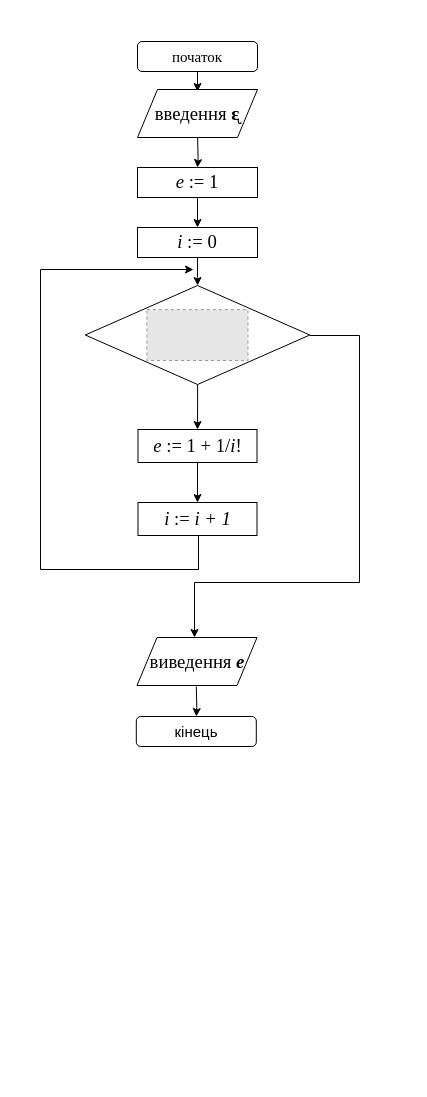
Above: Лабораторна 3/1234 (2).drawio in muzy4ukV/ACD (draw.io), before the change. Source tidied: cells renumbered, new cells numbered last; positions are measured from the earlier drawing's top-left corner, leaving out a move shared by most shapes. Both pictures are drawn from the tidied source at 100%, with x=0, y=0 at pixel (40, 41). Pictures stored in the file or linked from it are replaced by grey dashed boxes.
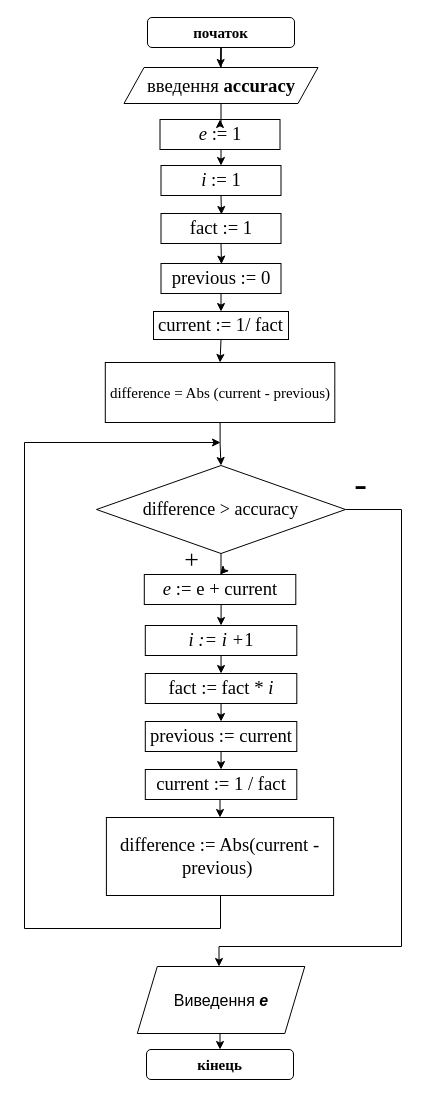
After the change.

What changed in the source:
```diff
@@
-    <mxCell id="2" style="edgeStyle=orthogonalEdgeStyle;rounded=0;orthogonalLoop=1;jettySize=auto;html=1;fontSize=15;" parent="1" edge="1">
-      <mxGeometry relative="1" as="geometry">
-        <mxPoint x="157" y="30" as="sourcePoint" />
-        <mxPoint x="157" y="50" as="targetPoint" />
-        <Array as="points">
-          <mxPoint x="157" y="50" />
-          <mxPoint x="157" y="50" />
-        </Array>
-      </mxGeometry>
-    </mxCell>
+    <mxCell id="21" style="edgeStyle=orthogonalEdgeStyle;rounded=0;jettySize=auto;html=1;fontSize=14;" parent="1" edge="1" source="3">
+      <mxGeometry relative="1" as="geometry">
+        <mxPoint x="180" y="26" as="targetPoint" />
+      </mxGeometry>
+    </mxCell>
-    <mxCell id="3" value="&lt;font style=&quot;font-size: 15px&quot; face=&quot;Times New Roman&quot;&gt;початок&lt;/font&gt;" style="rounded=1;whiteSpace=wrap;html=1;fontSize=15;" parent="1" vertex="1">
-      <mxGeometry x="97" width="120" height="30" as="geometry" />
+    <mxCell id="3" value="&lt;font style=&quot;font-size: 15px&quot; face=&quot;Times New Roman&quot;&gt;&lt;b&gt;початок&lt;/b&gt;&lt;/font&gt;" style="rounded=1;whiteSpace=wrap;html=1;fontSize=15;" parent="1" vertex="1">
+      <mxGeometry x="107" y="-24" width="147" height="30" as="geometry" />
     </mxCell>
-    <mxCell id="4" style="edgeStyle=orthogonalEdgeStyle;rounded=0;jettySize=auto;html=1;fontSize=15;" parent="1" edge="1" target="6">
-      <mxGeometry relative="1" as="geometry">
-        <mxPoint x="157.1" y="96" as="sourcePoint" />
-      </mxGeometry>
-    </mxCell>
-    <mxCell id="5" style="edgeStyle=orthogonalEdgeStyle;rounded=0;jettySize=auto;html=1;fontFamily=Times New Roman;fontSize=15;" parent="1" edge="1" source="6" target="10">
-      <mxGeometry relative="1" as="geometry" />
-    </mxCell>
+    <mxCell id="22" style="edgeStyle=orthogonalEdgeStyle;rounded=0;jettySize=auto;html=1;exitX=0.5;exitY=1;exitDx=0;exitDy=0;entryX=0.5;entryY=0;entryDx=0;entryDy=0;fontFamily=Times New Roman;fontSize=18;" parent="1" edge="1" target="8">
+      <mxGeometry relative="1" as="geometry">
+        <mxPoint x="178.5" y="985" as="sourcePoint" />
+      </mxGeometry>
+    </mxCell>
+    <mxCell id="8" value="&lt;font style=&quot;font-size: 15px&quot; face=&quot;Times New Roman&quot;&gt;&lt;b&gt;кінець&lt;/b&gt;&lt;/font&gt;" style="rounded=1;whiteSpace=wrap;html=1;fontSize=15;" parent="1" vertex="1">
+      <mxGeometry x="106" y="1008" width="147" height="30" as="geometry" />
+    </mxCell>
+    <mxCell id="23" style="edgeStyle=orthogonalEdgeStyle;rounded=0;jettySize=auto;html=1;exitX=0.5;exitY=1;exitDx=0;exitDy=0;entryX=0.5;entryY=0;entryDx=0;entryDy=0;fontSize=16;" parent="1" edge="1" source="6" target="25">
+      <mxGeometry relative="1" as="geometry" />
+    </mxCell>
     <mxCell id="6" value="&lt;font face=&quot;times new roman, serif&quot;&gt;&lt;span style=&quot;font-size: 18.6667px&quot;&gt;&lt;i&gt;е &lt;/i&gt;:= 1&lt;/span&gt;&lt;/font&gt;" style="rounded=0;whiteSpace=wrap;html=1;fontSize=15;" parent="1" vertex="1">
-      <mxGeometry x="97" y="126" width="120" height="30" as="geometry" />
+      <mxGeometry x="119.5" y="78" width="120" height="30" as="geometry" />
     </mxCell>
-    <mxCell id="7" style="edgeStyle=orthogonalEdgeStyle;rounded=0;jettySize=auto;html=1;fontSize=15;" parent="1" edge="1" target="8">
-      <mxGeometry relative="1" as="geometry">
-        <mxPoint x="155.8" y="645" as="sourcePoint" />
-      </mxGeometry>
-    </mxCell>
-    <mxCell id="8" value="&lt;font style=&quot;font-size: 15px&quot;&gt;кінець&lt;/font&gt;" style="rounded=1;whiteSpace=wrap;html=1;" parent="1" vertex="1">
-      <mxGeometry x="95.8" y="675" width="120" height="30" as="geometry" />
-    </mxCell>
-    <mxCell id="9" style="edgeStyle=orthogonalEdgeStyle;rounded=0;jettySize=auto;html=1;fontFamily=Times New Roman;fontSize=15;" parent="1" edge="1" source="10" target="14">
-      <mxGeometry relative="1" as="geometry" />
-    </mxCell>
-    <mxCell id="10" value="&lt;font face=&quot;times new roman, serif&quot;&gt;&lt;span style=&quot;font-size: 18.6667px&quot;&gt;&lt;i&gt;i&amp;nbsp;&lt;/i&gt;:= 0&lt;/span&gt;&lt;/font&gt;" style="rounded=0;whiteSpace=wrap;html=1;fontSize=15;" parent="1" vertex="1">
-      <mxGeometry x="97" y="186" width="120" height="30" as="geometry" />
-    </mxCell>
-    <mxCell id="11" value="&lt;span lang=&quot;UK&quot; style=&quot;font-size: 14.0pt ; line-height: 115% ; font-family: &amp;#34;times new roman&amp;#34; , serif&quot;&gt;введення&lt;b&gt; ᶓ&lt;/b&gt;&lt;/span&gt;" style="shape=parallelogram;perimeter=parallelogramPerimeter;whiteSpace=wrap;html=1;fixedSize=1;fontFamily=Times New Roman;fontSize=15;" parent="1" vertex="1">
-      <mxGeometry x="97" y="48" width="120" height="48" as="geometry" />
-    </mxCell>
-    <mxCell id="12" value="&lt;span lang=&quot;UK&quot; style=&quot;font-size: 14.0pt ; line-height: 115% ; font-family: &amp;#34;times new roman&amp;#34; , serif&quot;&gt;виведення &lt;b&gt;&lt;i&gt;е&lt;/i&gt;&lt;/b&gt;&lt;/span&gt;" style="shape=parallelogram;perimeter=parallelogramPerimeter;whiteSpace=wrap;html=1;fixedSize=1;fontFamily=Times New Roman;fontSize=15;" parent="1" vertex="1">
-      <mxGeometry x="96.5" y="596" width="120" height="48" as="geometry" />
-    </mxCell>
-    <mxCell id="13" style="edgeStyle=orthogonalEdgeStyle;rounded=0;jettySize=auto;html=1;fontFamily=Times New Roman;fontSize=15;" parent="1" edge="1" source="14" target="16">
-      <mxGeometry relative="1" as="geometry" />
-    </mxCell>
-    <mxCell id="14" value="&lt;span lang=&quot;RU&quot; style=&quot;font-size: 11.0pt ; line-height: 115% ; font-family: &amp;#34;calibri&amp;#34; , sans-serif&quot;&gt;&lt;br/&gt; &lt;br/&gt; &lt;br/&gt;  &lt;br/&gt;  &lt;br/&gt;  &lt;br/&gt;  &lt;br/&gt;  &lt;br/&gt;  &lt;br/&gt;  &lt;br/&gt;  &lt;br/&gt;  &lt;br/&gt;  &lt;br/&gt;  &lt;br/&gt;  &lt;br/&gt; &lt;br/&gt; &lt;br/&gt; &lt;br/&gt;&lt;br/&gt; &lt;br/&gt;&lt;/span&gt;" style="rhombus;whiteSpace=wrap;html=1;fontFamily=Times New Roman;fontSize=15;" parent="1" vertex="1">
-      <mxGeometry x="44.8" y="244" width="224.5" height="99" as="geometry" />
-    </mxCell>
-    <mxCell id="15" style="edgeStyle=orthogonalEdgeStyle;rounded=0;jettySize=auto;html=1;fontFamily=Times New Roman;fontSize=15;" parent="1" edge="1" source="16" target="17">
-      <mxGeometry relative="1" as="geometry" />
-    </mxCell>
-    <mxCell id="16" value="&lt;font face=&quot;times new roman, serif&quot;&gt;&lt;span style=&quot;font-size: 18.6667px&quot;&gt;&lt;i&gt;е &lt;/i&gt;:= 1 + 1/&lt;i&gt;i&lt;/i&gt;!&lt;/span&gt;&lt;/font&gt;" style="rounded=0;whiteSpace=wrap;html=1;fontSize=15;" parent="1" vertex="1">
-      <mxGeometry x="97.5" y="388" width="119" height="33" as="geometry" />
-    </mxCell>
+    <mxCell id="24" style="edgeStyle=orthogonalEdgeStyle;rounded=0;jettySize=auto;html=1;exitX=0.5;exitY=1;exitDx=0;exitDy=0;entryX=0.504;entryY=0.033;entryDx=0;entryDy=0;entryPerimeter=0;fontSize=16;" parent="1" edge="1" source="25" target="29">
+      <mxGeometry relative="1" as="geometry" />
+    </mxCell>
+    <mxCell id="25" value="&lt;font face=&quot;times new roman, serif&quot;&gt;&lt;span style=&quot;font-size: 18.6667px&quot;&gt;&lt;i&gt;i&amp;nbsp;&lt;/i&gt;:= 1&lt;/span&gt;&lt;/font&gt;" style="rounded=0;whiteSpace=wrap;html=1;fontSize=15;" parent="1" vertex="1">
+      <mxGeometry x="120.5" y="124" width="120" height="30" as="geometry" />
+    </mxCell>
+    <mxCell id="26" style="edgeStyle=orthogonalEdgeStyle;rounded=0;jettySize=auto;html=1;exitX=0.5;exitY=1;exitDx=0;exitDy=0;fontSize=16;" parent="1" edge="1" source="27" target="6">
+      <mxGeometry relative="1" as="geometry" />
+    </mxCell>
+    <mxCell id="27" value="&lt;span lang=&quot;UK&quot; style=&quot;font-size: 14.0pt ; line-height: 115% ; font-family: &amp;#34;times new roman&amp;#34; , serif&quot;&gt;введення&lt;b&gt;&amp;nbsp;accuracy&lt;/b&gt;&lt;/span&gt;" style="shape=parallelogram;perimeter=parallelogramPerimeter;whiteSpace=wrap;html=1;fixedSize=1;fontFamily=Times New Roman;fontSize=15;" parent="1" vertex="1">
+      <mxGeometry x="83.5" y="26" width="194" height="36" as="geometry" />
+    </mxCell>
+    <mxCell id="28" style="edgeStyle=orthogonalEdgeStyle;rounded=0;jettySize=auto;html=1;exitX=0.5;exitY=1;exitDx=0;exitDy=0;entryX=0.504;entryY=0.02;entryDx=0;entryDy=0;entryPerimeter=0;fontSize=16;" parent="1" edge="1" source="29" target="31">
+      <mxGeometry relative="1" as="geometry" />
+    </mxCell>
+    <mxCell id="29" value="&lt;font face=&quot;times new roman, serif&quot;&gt;&lt;span style=&quot;font-size: 18.6667px&quot;&gt;fact&lt;i&gt;&amp;nbsp;&lt;/i&gt;:= 1&lt;/span&gt;&lt;/font&gt;" style="rounded=0;whiteSpace=wrap;html=1;fontSize=15;" parent="1" vertex="1">
+      <mxGeometry x="120.5" y="172" width="120" height="30" as="geometry" />
+    </mxCell>
+    <mxCell id="30" style="edgeStyle=orthogonalEdgeStyle;rounded=0;jettySize=auto;html=1;exitX=0.5;exitY=1;exitDx=0;exitDy=0;entryX=0.5;entryY=0;entryDx=0;entryDy=0;fontSize=16;" parent="1" edge="1" source="31" target="33">
+      <mxGeometry relative="1" as="geometry" />
+    </mxCell>
+    <mxCell id="31" value="&lt;font face=&quot;times new roman, serif&quot;&gt;&lt;span style=&quot;font-size: 18.6667px&quot;&gt;previous&lt;i&gt;&amp;nbsp;&lt;/i&gt;:= 0&lt;/span&gt;&lt;/font&gt;" style="rounded=0;whiteSpace=wrap;html=1;fontSize=15;" parent="1" vertex="1">
+      <mxGeometry x="120.5" y="222" width="120" height="30" as="geometry" />
+    </mxCell>
+    <mxCell id="32" style="edgeStyle=orthogonalEdgeStyle;rounded=0;jettySize=auto;html=1;exitX=0.5;exitY=1;exitDx=0;exitDy=0;entryX=0.5;entryY=0;entryDx=0;entryDy=0;fontFamily=Times New Roman;fontSize=15;" parent="1" edge="1" source="33" target="35">
+      <mxGeometry relative="1" as="geometry" />
+    </mxCell>
+    <mxCell id="33" value="&lt;font face=&quot;times new roman, serif&quot;&gt;&lt;span style=&quot;font-size: 18.6667px&quot;&gt;current&lt;i&gt;&amp;nbsp;&lt;/i&gt;:= 1/ fact&lt;/span&gt;&lt;/font&gt;" style="rounded=0;whiteSpace=wrap;html=1;fontSize=15;" parent="1" vertex="1">
+      <mxGeometry x="113" y="270" width="135" height="28" as="geometry" />
+    </mxCell>
+    <mxCell id="34" style="edgeStyle=orthogonalEdgeStyle;rounded=0;jettySize=auto;html=1;fontFamily=Times New Roman;fontSize=18;" parent="1" edge="1" source="35" target="38">
+      <mxGeometry relative="1" as="geometry" />
+    </mxCell>
+    <mxCell id="35" value="&lt;p&gt;&lt;font face=&quot;Times New Roman&quot; style=&quot;font-size: 15px&quot;&gt;difference = Abs (current - previous)&lt;/font&gt;&lt;/p&gt;" style="rounded=0;whiteSpace=wrap;html=1;" parent="1" vertex="1">
+      <mxGeometry x="64.8" y="321" width="229.5" height="60" as="geometry" />
+    </mxCell>
+    <mxCell id="36" style="edgeStyle=orthogonalEdgeStyle;rounded=0;jettySize=auto;html=1;exitX=0.5;exitY=1;exitDx=0;exitDy=0;fontFamily=Times New Roman;fontSize=18;" parent="1" edge="1" source="38" target="40">
+      <mxGeometry relative="1" as="geometry" />
+    </mxCell>
+    <mxCell id="37" style="edgeStyle=orthogonalEdgeStyle;rounded=0;jettySize=auto;html=1;exitX=1;exitY=0.5;exitDx=0;exitDy=0;fontFamily=Times New Roman;fontSize=26;entryX=0.5;entryY=0;entryDx=0;entryDy=0;" parent="1" edge="1" source="38">
+      <mxGeometry relative="1" as="geometry">
+        <mxPoint x="178.5" y="925" as="targetPoint" />
+        <Array as="points">
+          <mxPoint x="361" y="468" />
+          <mxPoint x="361" y="905" />
+          <mxPoint x="178" y="905" />
+        </Array>
+      </mxGeometry>
+    </mxCell>
+    <mxCell id="38" value="&lt;font style=&quot;font-size: 18px&quot;&gt;difference &amp;gt; accuracy&lt;/font&gt;" style="rhombus;whiteSpace=wrap;html=1;fontFamily=Times New Roman;fontSize=15;" parent="1" vertex="1">
+      <mxGeometry x="56" y="424" width="249" height="88" as="geometry" />
+    </mxCell>
+    <mxCell id="39" style="edgeStyle=orthogonalEdgeStyle;rounded=0;jettySize=auto;html=1;exitX=0.5;exitY=1;exitDx=0;exitDy=0;entryX=0.5;entryY=0;entryDx=0;entryDy=0;fontFamily=Times New Roman;fontSize=18;" parent="1" edge="1" source="40" target="17">
+      <mxGeometry relative="1" as="geometry" />
+    </mxCell>
+    <mxCell id="40" value="&lt;font face=&quot;times new roman, serif&quot;&gt;&lt;span style=&quot;font-size: 18.6667px&quot;&gt;&lt;i&gt;е &lt;/i&gt;:= e + current&lt;/span&gt;&lt;/font&gt;" style="rounded=0;whiteSpace=wrap;html=1;fontSize=15;" parent="1" vertex="1">
+      <mxGeometry x="103.8" y="533" width="151.5" height="30" as="geometry" />
+    </mxCell>
+    <mxCell id="41" style="edgeStyle=orthogonalEdgeStyle;rounded=0;jettySize=auto;html=1;exitX=0.5;exitY=1;exitDx=0;exitDy=0;entryX=0.5;entryY=0;entryDx=0;entryDy=0;fontFamily=Times New Roman;fontSize=18;" parent="1" edge="1" source="17" target="43">
+      <mxGeometry relative="1" as="geometry" />
+    </mxCell>
-    <mxCell id="17" value="&lt;font face=&quot;times new roman, serif&quot;&gt;&lt;span style=&quot;font-size: 18.6667px&quot;&gt;&lt;i&gt;i&amp;nbsp;&lt;/i&gt;:= &lt;i&gt;i + 1&lt;/i&gt;&lt;/span&gt;&lt;/font&gt;" style="rounded=0;whiteSpace=wrap;html=1;fontSize=15;" parent="1" vertex="1">
-      <mxGeometry x="97.5" y="461" width="119" height="33" as="geometry" />
+    <mxCell id="17" value="&lt;font face=&quot;times new roman, serif&quot;&gt;&lt;span style=&quot;font-size: 18.6667px&quot;&gt;&lt;i&gt;i := i +&lt;/i&gt;1&lt;/span&gt;&lt;/font&gt;" style="rounded=0;whiteSpace=wrap;html=1;fontSize=15;" parent="1" vertex="1">
+      <mxGeometry x="104.8" y="584" width="151.5" height="30" as="geometry" />
     </mxCell>
-    <mxCell id="18" style="endArrow=classic;html=1;rounded=0;fontFamily=Times New Roman;fontSize=15;edgeStyle=orthogonalEdgeStyle;" parent="1" edge="1">
-      <mxGeometry relative="1" as="geometry">
-        <mxPoint x="158" y="494" as="sourcePoint" />
-        <mxPoint x="153" y="228" as="targetPoint" />
-        <Array as="points">
-          <mxPoint x="158" y="528" />
-          <mxPoint y="528" />
-        </Array>
-      </mxGeometry>
-    </mxCell>
-    <mxCell id="19" style="endArrow=classic;html=1;rounded=0;fontFamily=Times New Roman;fontSize=15;edgeStyle=orthogonalEdgeStyle;" parent="1" edge="1">
-      <mxGeometry relative="1" as="geometry">
-        <mxPoint x="269.2" y="294" as="sourcePoint" />
-        <mxPoint x="154" y="596" as="targetPoint" />
-        <Array as="points">
-          <mxPoint x="319" y="294" />
-          <mxPoint x="319" y="541" />
-          <mxPoint x="154" y="541" />
-        </Array>
-      </mxGeometry>
-    </mxCell>
-    <mxCell id="20" style="fillColor=#E6E6E6;strokeColor=#999999;dashed=1;verticalLabelPosition=bottom;labelBackgroundColor=#ffffff;verticalAlign=top;" parent="1" vertex="1">
-      <mxGeometry x="106.4" y="268.1" width="101.1" height="50.9" as="geometry" />
-    </mxCell>
+    <mxCell id="42" style="edgeStyle=orthogonalEdgeStyle;rounded=0;jettySize=auto;html=1;exitX=0.5;exitY=1;exitDx=0;exitDy=0;entryX=0.5;entryY=0;entryDx=0;entryDy=0;fontFamily=Times New Roman;fontSize=18;" parent="1" edge="1" source="43" target="45">
+      <mxGeometry relative="1" as="geometry" />
+    </mxCell>
+    <mxCell id="43" value="&lt;font face=&quot;times new roman, serif&quot;&gt;&lt;span style=&quot;font-size: 18.6667px&quot;&gt;fact := fact * &lt;i&gt;i&lt;/i&gt;&lt;/span&gt;&lt;/font&gt;" style="rounded=0;whiteSpace=wrap;html=1;fontSize=15;" parent="1" vertex="1">
+      <mxGeometry x="104.8" y="632" width="151.5" height="30" as="geometry" />
+    </mxCell>
+    <mxCell id="44" style="edgeStyle=orthogonalEdgeStyle;rounded=0;jettySize=auto;html=1;exitX=0.5;exitY=1;exitDx=0;exitDy=0;entryX=0.5;entryY=0;entryDx=0;entryDy=0;fontFamily=Times New Roman;fontSize=18;" parent="1" edge="1" source="45" target="47">
+      <mxGeometry relative="1" as="geometry" />
+    </mxCell>
+    <mxCell id="45" value="&lt;font face=&quot;times new roman, serif&quot;&gt;&lt;span style=&quot;font-size: 18.6667px&quot;&gt;previous := current&lt;/span&gt;&lt;/font&gt;" style="rounded=0;whiteSpace=wrap;html=1;fontSize=15;" parent="1" vertex="1">
+      <mxGeometry x="104.8" y="680" width="151.5" height="30" as="geometry" />
+    </mxCell>
+    <mxCell id="46" style="edgeStyle=orthogonalEdgeStyle;rounded=0;jettySize=auto;html=1;exitX=0.5;exitY=1;exitDx=0;exitDy=0;entryX=0.5;entryY=0;entryDx=0;entryDy=0;fontFamily=Times New Roman;fontSize=18;" parent="1" edge="1" source="47" target="48">
+      <mxGeometry relative="1" as="geometry" />
+    </mxCell>
+    <mxCell id="47" value="&lt;font face=&quot;times new roman, serif&quot;&gt;&lt;span style=&quot;font-size: 18.6667px&quot;&gt;current := 1 / fact&lt;/span&gt;&lt;/font&gt;" style="rounded=0;whiteSpace=wrap;html=1;fontSize=15;" parent="1" vertex="1">
+      <mxGeometry x="104.8" y="728" width="151.5" height="30" as="geometry" />
+    </mxCell>
+    <mxCell id="48" value="&lt;font face=&quot;times new roman, serif&quot;&gt;&lt;span style=&quot;font-size: 18.6667px&quot;&gt;difference := Abs(current - previous)&amp;nbsp;&lt;/span&gt;&lt;/font&gt;" style="rounded=0;whiteSpace=wrap;html=1;fontSize=15;" parent="1" vertex="1">
+      <mxGeometry x="65.9" y="776" width="227.2" height="78" as="geometry" />
+    </mxCell>
+    <mxCell id="49" style="endArrow=classic;html=1;rounded=0;fontFamily=Times New Roman;fontSize=18;edgeStyle=orthogonalEdgeStyle;" parent="1" edge="1">
+      <mxGeometry relative="1" as="geometry">
+        <mxPoint x="180" y="854" as="sourcePoint" />
+        <mxPoint x="180" y="401" as="targetPoint" />
+        <Array as="points">
+          <mxPoint x="180" y="887" />
+          <mxPoint x="-16" y="887" />
+          <mxPoint x="-16" y="401" />
+        </Array>
+      </mxGeometry>
+    </mxCell>
+    <mxCell id="50" value="+" style="text;html=1;align=center;verticalAlign=middle;strokeColor=none;fillColor=none;fontSize=26;fontFamily=Times New Roman;" parent="1" vertex="1">
+      <mxGeometry x="139" y="501" width="24" height="34" as="geometry" />
+    </mxCell>
+    <mxCell id="51" value="&lt;font style=&quot;font-size: 38px&quot;&gt;-&lt;/font&gt;" style="text;html=1;align=center;verticalAlign=middle;strokeColor=none;fillColor=none;fontSize=26;fontFamily=Times New Roman;" parent="1" vertex="1">
+      <mxGeometry x="308" y="424" width="23" height="38" as="geometry" />
+    </mxCell>
+    <mxCell id="52" value="&lt;span style=&quot;font-size: 16px&quot;&gt;Виведення&amp;nbsp;&lt;/span&gt;&lt;i style=&quot;font-size: 16px&quot;&gt;&lt;b&gt;е&lt;/b&gt;&lt;/i&gt;" style="shape=parallelogram;perimeter=parallelogramPerimeter;whiteSpace=wrap;html=1;fixedSize=1;" parent="1" vertex="1">
+      <mxGeometry x="96.8" y="925" width="167.5" height="67" as="geometry" />
+    </mxCell>
```
